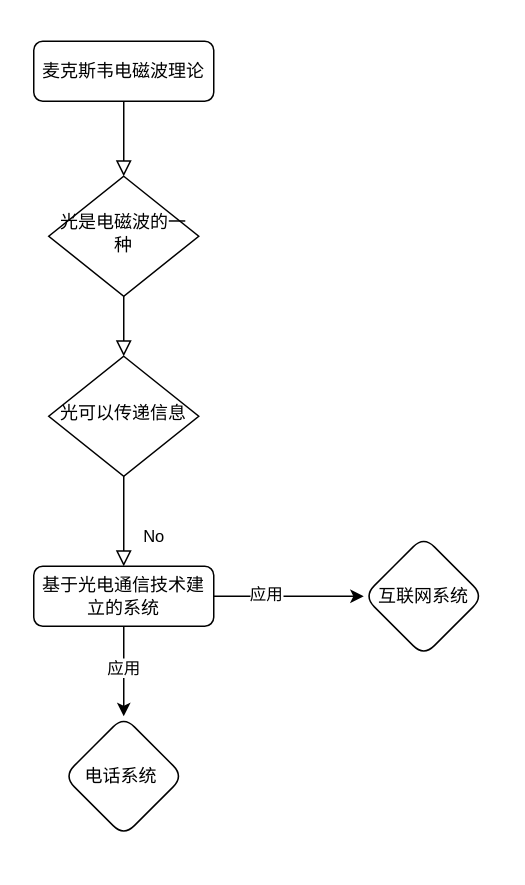
Before: assets/未命名绘图.drawio in crazehub/crazehub.github.io, a draw.io diagram. Source tidied: cells renumbered, new cells numbered last; positions are measured from the earlier drawing's top-left corner, leaving out a move shared by most shapes. Both pictures are drawn from the tidied source at 150%, with x=0, y=0 at pixel (33, 40).
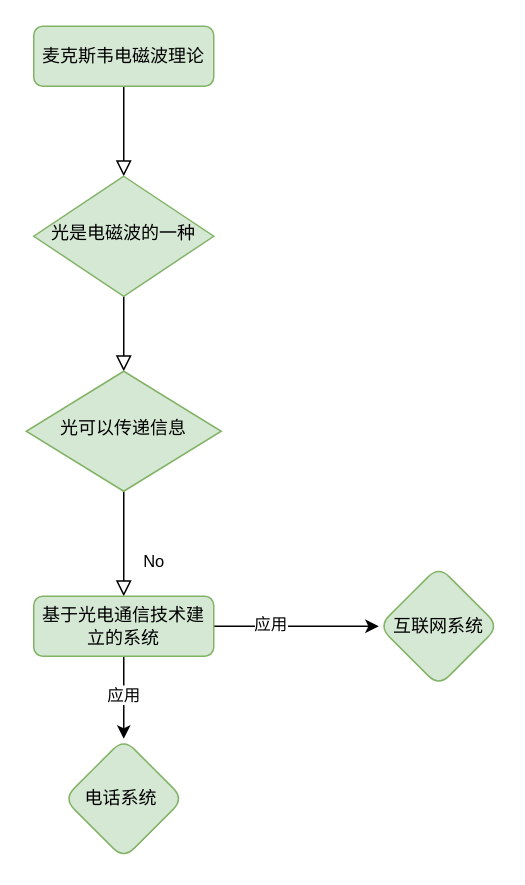
The same page after the edit.

The edit, as a diff of the source:
```diff
@@
 <mxGraphModel>
   <root>
     <mxCell id="0" />
     <mxCell id="1" parent="0" />
     <mxCell id="2" style="rounded=0;html=1;jettySize=auto;fontSize=11;endArrow=block;endFill=0;endSize=8;strokeWidth=1;shadow=0;labelBackgroundColor=none;edgeStyle=orthogonalEdgeStyle;" parent="1" edge="1" source="3" target="5">
       <mxGeometry relative="1" as="geometry" />
     </mxCell>
-    <mxCell id="3" value="&lt;p class=&quot;paragraph&quot;&gt;麦克斯韦电磁波理论&lt;/p&gt;" style="rounded=1;whiteSpace=wrap;html=1;fontSize=12;glass=0;strokeWidth=1;shadow=0;" parent="1" vertex="1">
-      <mxGeometry width="120" height="40" as="geometry" />
+    <mxCell id="3" value="&lt;p class=&quot;paragraph&quot;&gt;麦克斯韦电磁波理论&lt;/p&gt;" style="rounded=1;whiteSpace=wrap;html=1;fontSize=12;glass=0;strokeWidth=1;shadow=0;fillColor=#d5e8d4;strokeColor=#82b366;" parent="1" vertex="1">
+      <mxGeometry y="-10" width="120" height="40" as="geometry" />
     </mxCell>
     <mxCell id="4" style="rounded=0;html=1;jettySize=auto;fontSize=11;endArrow=block;endFill=0;endSize=8;strokeWidth=1;shadow=0;labelBackgroundColor=none;edgeStyle=orthogonalEdgeStyle;" parent="1" edge="1" source="5" target="7">
       <mxGeometry y="20" relative="1" as="geometry" />
     </mxCell>
-    <mxCell id="5" value="&lt;p class=&quot;paragraph&quot;&gt;光是电磁波的一种&lt;/p&gt;" style="rhombus;whiteSpace=wrap;html=1;shadow=0;fontFamily=Helvetica;fontSize=12;align=center;strokeWidth=1;spacing=6;spacingTop=-4;" parent="1" vertex="1">
-      <mxGeometry x="10" y="90" width="100" height="80" as="geometry" />
+    <mxCell id="5" value="&lt;p class=&quot;paragraph&quot;&gt;光是电磁波的一种&lt;/p&gt;" style="rhombus;whiteSpace=wrap;html=1;shadow=0;fontFamily=Helvetica;fontSize=12;align=center;strokeWidth=1;spacing=6;spacingTop=-4;fillColor=#d5e8d4;strokeColor=#82b366;" parent="1" vertex="1">
+      <mxGeometry y="90" width="120" height="80" as="geometry" />
     </mxCell>
     <mxCell id="6" value="No" style="rounded=0;html=1;jettySize=auto;fontSize=11;endArrow=block;endFill=0;endSize=8;strokeWidth=1;shadow=0;labelBackgroundColor=none;edgeStyle=orthogonalEdgeStyle;" parent="1" edge="1" source="7" target="12">
       <mxGeometry x="0.33" y="20" relative="1" as="geometry" />
     </mxCell>
-    <mxCell id="7" value="&lt;p class=&quot;paragraph&quot;&gt;光可以传递信息&lt;/p&gt;" style="rhombus;whiteSpace=wrap;html=1;shadow=0;fontFamily=Helvetica;fontSize=12;align=center;strokeWidth=1;spacing=6;spacingTop=-4;" parent="1" vertex="1">
-      <mxGeometry x="10" y="210" width="100" height="80" as="geometry" />
+    <mxCell id="7" value="&lt;p class=&quot;paragraph&quot;&gt;光可以传递信息&lt;/p&gt;" style="rhombus;whiteSpace=wrap;html=1;shadow=0;fontFamily=Helvetica;fontSize=12;align=center;strokeWidth=1;spacing=6;spacingTop=-4;fillColor=#d5e8d4;strokeColor=#82b366;" parent="1" vertex="1">
+      <mxGeometry x="-5" y="220" width="130" height="80" as="geometry" />
     </mxCell>
     <mxCell id="8" style="edgeStyle=orthogonalEdgeStyle;rounded=0;jettySize=auto;html=1;" parent="1" edge="1" source="12" target="13">
       <mxGeometry relative="1" as="geometry" />
     </mxCell>
     <mxCell id="9" value="应用" style="edgeLabel;html=1;align=center;verticalAlign=middle;" parent="8" vertex="1">
       <mxGeometry x="-0.1" y="-1" relative="1" as="geometry" />
     </mxCell>
     <mxCell id="10" style="edgeStyle=orthogonalEdgeStyle;rounded=0;jettySize=auto;html=1;" parent="1" edge="1" source="12" target="14">
       <mxGeometry relative="1" as="geometry" />
     </mxCell>
     <mxCell id="11" value="应用" style="edgeLabel;html=1;align=center;verticalAlign=middle;" parent="10" vertex="1">
       <mxGeometry x="-0.32" y="2" relative="1" as="geometry" />
     </mxCell>
-    <mxCell id="12" value="&lt;p class=&quot;paragraph&quot;&gt;基于光电通信技术建立的系统&lt;/p&gt;" style="rounded=1;whiteSpace=wrap;html=1;fontSize=12;glass=0;strokeWidth=1;shadow=0;" parent="1" vertex="1">
-      <mxGeometry y="350" width="120" height="40" as="geometry" />
+    <mxCell id="12" value="&lt;p class=&quot;paragraph&quot;&gt;基于光电通信技术建立的系统&lt;/p&gt;" style="rounded=1;whiteSpace=wrap;html=1;fontSize=12;glass=0;strokeWidth=1;shadow=0;fillColor=#d5e8d4;strokeColor=#82b366;" parent="1" vertex="1">
+      <mxGeometry y="370" width="120" height="40" as="geometry" />
     </mxCell>
-    <mxCell id="13" value="&lt;p class=&quot;paragraph&quot;&gt;电话系统&amp;nbsp;&lt;/p&gt;" style="rhombus;whiteSpace=wrap;html=1;rounded=1;glass=0;strokeWidth=1;shadow=0;" parent="1" vertex="1">
-      <mxGeometry x="20" y="450" width="80" height="80" as="geometry" />
+    <mxCell id="13" value="&lt;p class=&quot;paragraph&quot;&gt;电话系统&amp;nbsp;&lt;/p&gt;" style="rhombus;whiteSpace=wrap;html=1;rounded=1;glass=0;strokeWidth=1;shadow=0;fillColor=#d5e8d4;strokeColor=#82b366;" parent="1" vertex="1">
+      <mxGeometry x="20" y="465" width="80" height="80" as="geometry" />
     </mxCell>
-    <mxCell id="14" value="&lt;p class=&quot;paragraph&quot;&gt;互联网系统&lt;/p&gt;" style="rhombus;whiteSpace=wrap;html=1;rounded=1;glass=0;strokeWidth=1;shadow=0;" parent="1" vertex="1">
-      <mxGeometry x="220" y="330" width="80" height="80" as="geometry" />
+    <mxCell id="14" value="&lt;p class=&quot;paragraph&quot;&gt;互联网系统&lt;/p&gt;" style="rhombus;whiteSpace=wrap;html=1;rounded=1;glass=0;strokeWidth=1;shadow=0;fillColor=#d5e8d4;strokeColor=#82b366;" parent="1" vertex="1">
+      <mxGeometry x="230" y="350" width="80" height="80" as="geometry" />
     </mxCell>
   </root>
 </mxGraphModel>
```
